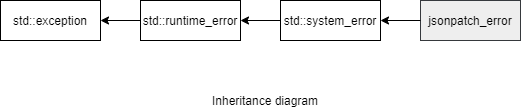
danielaparker/jsoncons keeps this draw.io diagram as doc/ref/jsonpatch/diagrams/jsonpatch_error.png. Above is the earlier version. Source tidied: cells renumbered, new cells last; positions are measured from the earlier drawing's top-left corner, leaving out a move shared by most shapes.
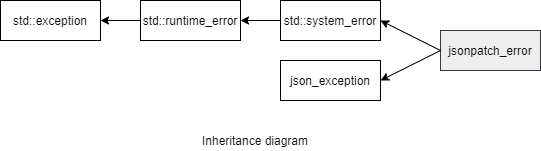
After the commit.

Commit message:
Restored json_exception interface

The edit, as a diff of the source:
```diff
@@ -18,13 +18,21 @@
       <mxGeometry relative="1" as="geometry" />
     </mxCell>
     <mxCell id="7" value="jsonpatch_error" style="rounded=0;whiteSpace=wrap;html=1;fillColor=#eeeeee;strokeColor=#36393d;" parent="1" vertex="1">
-      <mxGeometry x="420" width="100" height="40" as="geometry" />
+      <mxGeometry x="440" y="30" width="100" height="40" as="geometry" />
     </mxCell>
     <mxCell id="8" style="endArrow=classic;html=1;exitX=0;exitY=0.5;exitDx=0;exitDy=0;entryX=1;entryY=0.5;entryDx=0;entryDy=0;" parent="1" edge="1" source="7" target="5">
       <mxGeometry relative="1" as="geometry" />
     </mxCell>
     <mxCell id="9" value="Inheritance diagram" style="text;html=1;strokeColor=none;fillColor=none;align=center;verticalAlign=middle;whiteSpace=wrap;rounded=0;" parent="1" vertex="1">
-      <mxGeometry x="200" y="90" width="130" height="20" as="geometry" />
+      <mxGeometry x="190" y="130" width="130" height="20" as="geometry" />
     </mxCell>
+    <mxCell id="10" value="json_exception" style="rounded=0;whiteSpace=wrap;html=1;" parent="1" vertex="1">
+      <mxGeometry x="280" y="60" width="100" height="40" as="geometry" />
+    </mxCell>
+    <mxCell id="11" style="endArrow=classic;html=1;entryX=1;entryY=0.5;entryDx=0;entryDy=0;" parent="1" edge="1" target="10">
+      <mxGeometry relative="1" as="geometry">
+        <mxPoint x="440" y="50" as="sourcePoint" />
+      </mxGeometry>
+    </mxCell>
   </root>
 </mxGraphModel>
```
